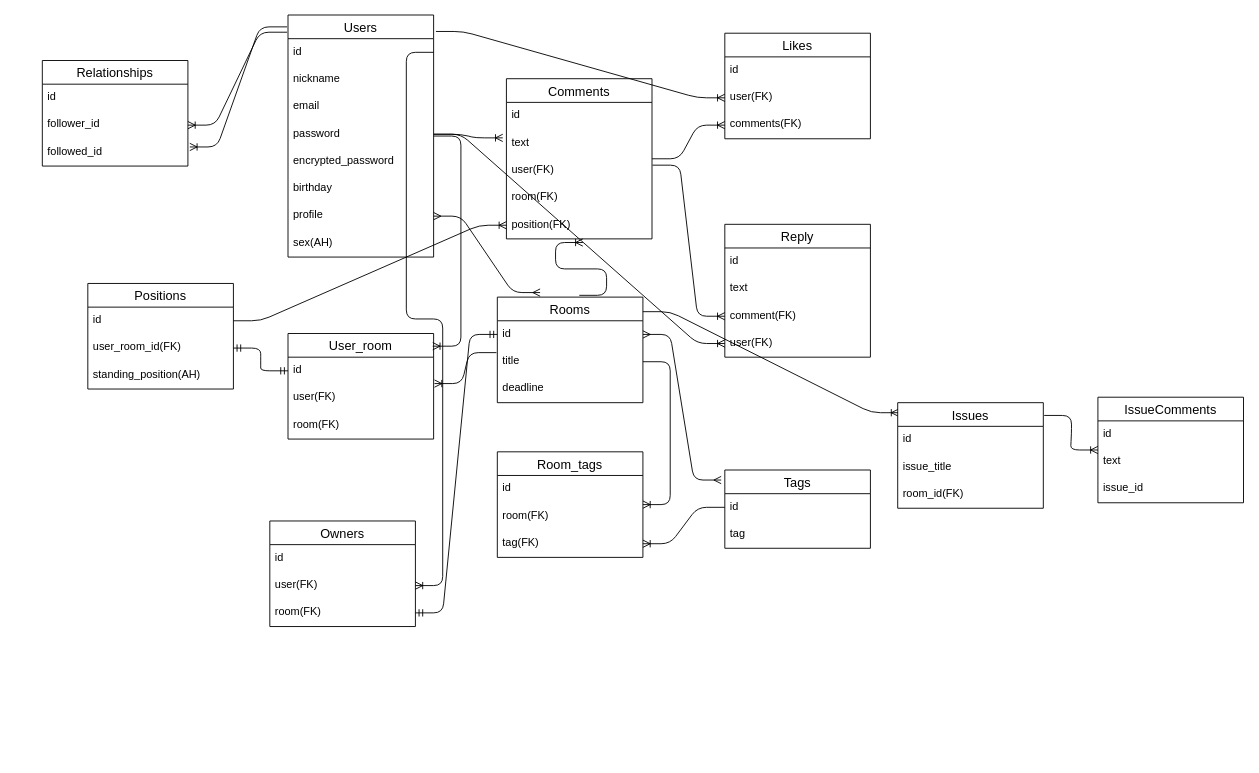
This is ER図.dio from harukicode0/discussion_app_2022, a draw.io file, before an edit. Source tidied: cells renumbered, new cells numbered last; positions are measured from the earlier drawing's top-left corner, leaving out a move shared by most shapes. Both pictures are drawn from the tidied source at 91%, with x=0, y=0 at pixel (42, 15).
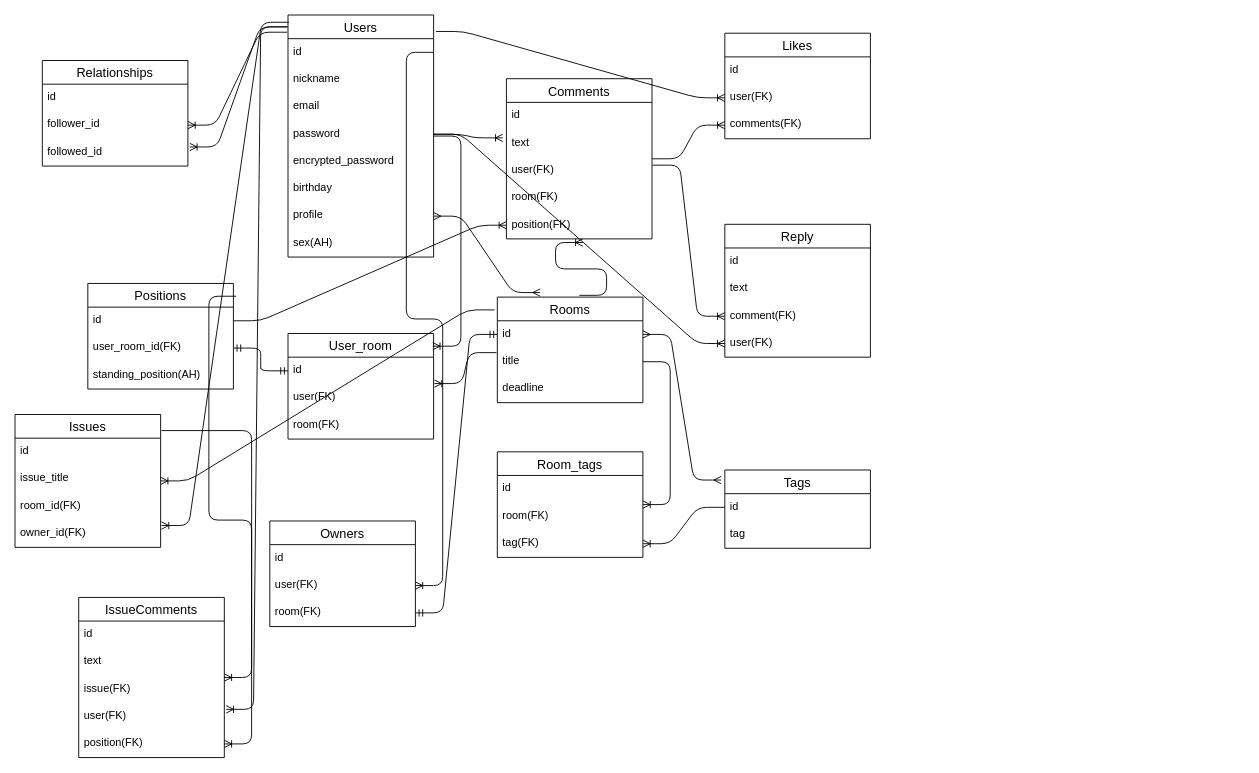
The same page after the edit.

The change refers to these unchanged cells:
```xml
<mxCell id="2" value="Users" style="swimlane;fontStyle=0;horizontal=1;startSize=26;align=center;fontSize=14;" parent="1" vertex="1">
  <mxGeometry x="270" width="160" height="266" as="geometry" />
</mxCell>
<mxCell id="11" value="Rooms" style="swimlane;fontStyle=0;horizontal=1;startSize=26;align=center;fontSize=14;" parent="1" vertex="1">
  <mxGeometry x="500" y="310" width="160" height="116" as="geometry" />
</mxCell>
<mxCell id="58" value="Positions" style="swimlane;fontStyle=0;horizontal=1;startSize=26;align=center;fontSize=14;" parent="1" vertex="1">
  <mxGeometry x="50" y="295" width="160" height="116" as="geometry" />
</mxCell>
```

The edit, as a diff of the source:
```diff
@@
-    <mxCell id="71" style="edgeStyle=entityRelationEdgeStyle;fontSize=12;html=1;endArrow=ERoneToMany;exitX=1;exitY=0.138;exitDx=0;exitDy=0;exitPerimeter=0;entryX=0.006;entryY=0.095;entryDx=0;entryDy=0;entryPerimeter=0;" parent="1" edge="1" source="11" target="72">
+    <mxCell id="71" style="edgeStyle=entityRelationEdgeStyle;fontSize=12;html=1;endArrow=ERoneToMany;exitX=-0.019;exitY=0.121;exitDx=0;exitDy=0;exitPerimeter=0;" parent="1" edge="1" source="11" target="72">
       <mxGeometry relative="1" as="geometry" />
     </mxCell>
     <mxCell id="72" value="Issues" style="swimlane;fontStyle=0;horizontal=1;startSize=26;align=center;fontSize=14;" parent="1" vertex="1">
-      <mxGeometry x="940" y="426" width="160" height="116" as="geometry" />
+      <mxGeometry x="-30" y="439" width="160" height="146" as="geometry" />
     </mxCell>
@@
+    <mxCell id="81" value="owner_id(FK)" style="text;strokeColor=none;fillColor=none;spacingLeft=4;spacingRight=4;overflow=hidden;points=[[0,0.5],[1,0.5]];portConstraint=eastwest;fontSize=12;" parent="72" vertex="1">
+      <mxGeometry y="116" width="160" height="30" as="geometry" />
+    </mxCell>
@@
     <mxCell id="77" value="IssueComments" style="swimlane;fontStyle=0;horizontal=1;startSize=26;align=center;fontSize=14;" parent="1" vertex="1">
-      <mxGeometry x="1160" y="420" width="160" height="116" as="geometry" />
+      <mxGeometry x="40" y="640" width="160" height="176" as="geometry" />
     </mxCell>
@@
-    <mxCell id="80" value="issue_id" style="text;strokeColor=none;fillColor=none;spacingLeft=4;spacingRight=4;overflow=hidden;fontSize=12;" parent="77" vertex="1">
+    <mxCell id="80" value="issue(FK)" style="text;strokeColor=none;fillColor=none;spacingLeft=4;spacingRight=4;overflow=hidden;fontSize=12;" parent="77" vertex="1">
       <mxGeometry y="86" width="160" height="30" as="geometry" />
     </mxCell>
+    <mxCell id="82" value="user(FK)" style="text;strokeColor=none;fillColor=none;spacingLeft=4;spacingRight=4;overflow=hidden;points=[[0,0.5],[1,0.5]];portConstraint=eastwest;fontSize=12;" parent="77" vertex="1">
+      <mxGeometry y="116" width="160" height="30" as="geometry" />
+    </mxCell>
+    <mxCell id="83" value="position(FK)" style="text;strokeColor=none;fillColor=none;spacingLeft=4;spacingRight=4;overflow=hidden;points=[[0,0.5],[1,0.5]];portConstraint=eastwest;fontSize=12;" parent="77" vertex="1">
+      <mxGeometry y="146" width="160" height="30" as="geometry" />
+    </mxCell>
+    <mxCell id="84" style="edgeStyle=entityRelationEdgeStyle;fontSize=12;html=1;endArrow=ERoneToMany;exitX=1.019;exitY=0.121;exitDx=0;exitDy=0;exitPerimeter=0;entryX=1;entryY=0.5;entryDx=0;entryDy=0;" parent="1" edge="1" source="58" target="83">
+      <mxGeometry relative="1" as="geometry" />
+    </mxCell>
+    <mxCell id="85" style="edgeStyle=entityRelationEdgeStyle;fontSize=12;html=1;endArrow=ERoneToMany;exitX=0.006;exitY=0.03;exitDx=0;exitDy=0;exitPerimeter=0;entryX=1.006;entryY=0.2;entryDx=0;entryDy=0;entryPerimeter=0;" parent="1" edge="1" source="2" target="81">
+      <mxGeometry relative="1" as="geometry" />
+    </mxCell>
+    <mxCell id="86" style="edgeStyle=entityRelationEdgeStyle;fontSize=12;html=1;endArrow=ERoneToMany;exitX=0;exitY=0.049;exitDx=0;exitDy=0;exitPerimeter=0;entryX=1.013;entryY=0.233;entryDx=0;entryDy=0;entryPerimeter=0;" parent="1" edge="1" source="2" target="82">
+      <mxGeometry relative="1" as="geometry" />
+    </mxCell>
```
